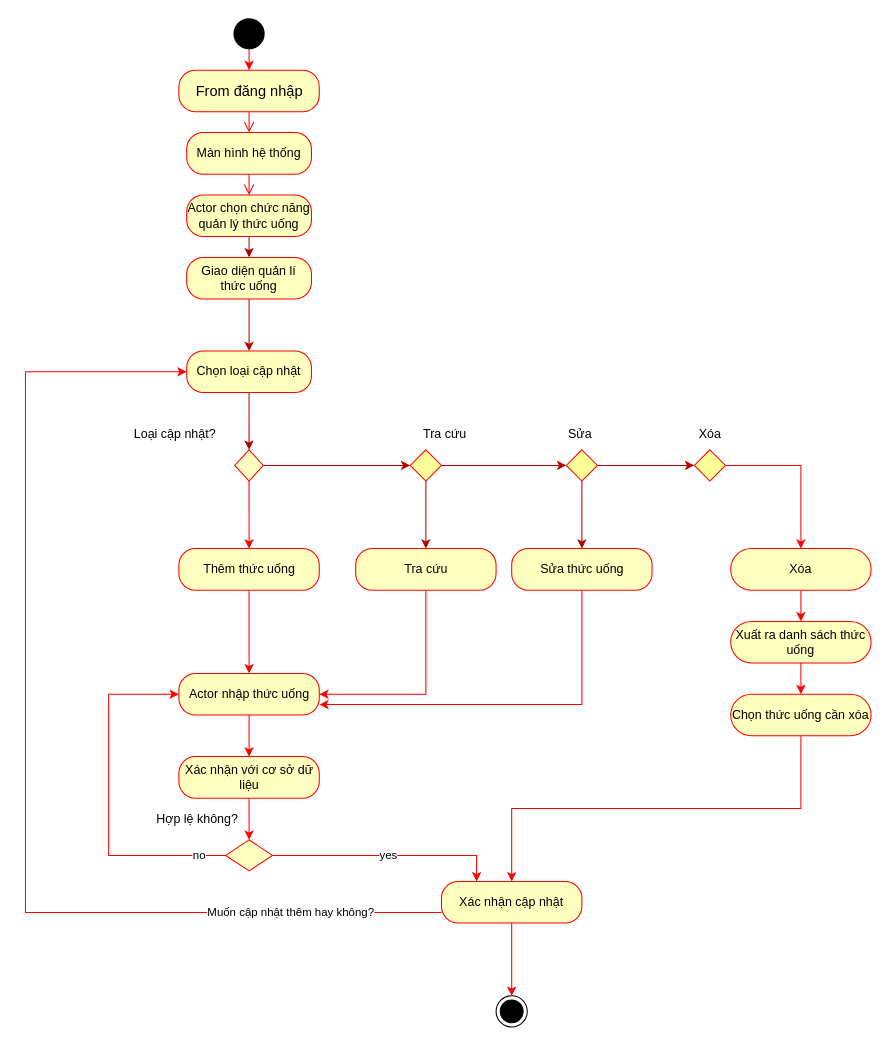
The draw.io diagram Draw.io/activity-quản lý thức uống.drawio in TruongNguyenYenNhi/PTTK-QL-b-n-h-ng, before the edit. Source tidied: cells renumbered, new cells numbered last; positions are measured from the earlier drawing's top-left corner, leaving out a move shared by most shapes. Both pictures are drawn from the tidied source at 104%, with x=0, y=0 at pixel (25, 18).
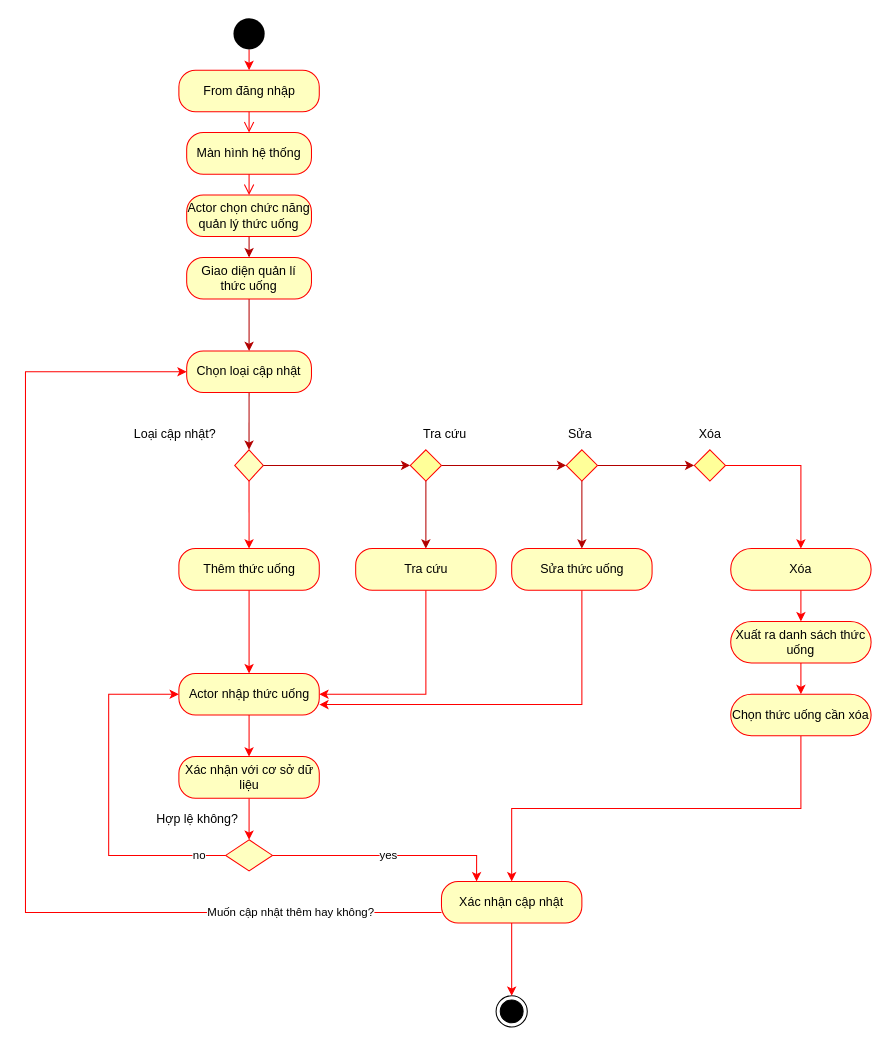
After the change.

Change to the diagram source:
```diff
@@
-    <mxCell id="5" value="&lt;span style=&quot;font-size: 14px&quot;&gt;From đăng nhập&lt;/span&gt;" style="rounded=1;whiteSpace=wrap;html=1;arcSize=40;fontColor=#000000;fillColor=#ffffc0;strokeColor=#ff0000;" parent="1" vertex="1">
+    <mxCell id="5" value="&lt;font style=&quot;font-size: 12px&quot;&gt;From đăng nhập&lt;/font&gt;" style="rounded=1;whiteSpace=wrap;html=1;arcSize=40;fontColor=#000000;fillColor=#ffffc0;strokeColor=#ff0000;" parent="1" vertex="1">
       <mxGeometry x="147.5" y="50" width="135" height="40" as="geometry" />
     </mxCell>
```
